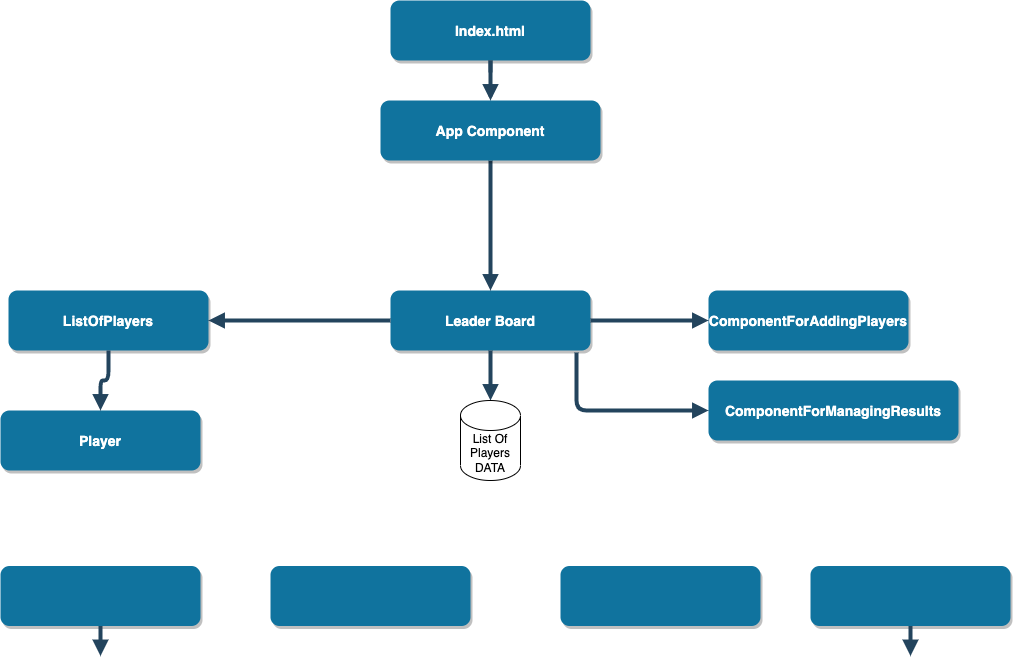
Earlier version of the draw.io export Players.png (irex808/vue3-test1). Source tidied: cells renumbered, new cells last; positions are measured from the earlier drawing's top-left corner, leaving out a move shared by most shapes.
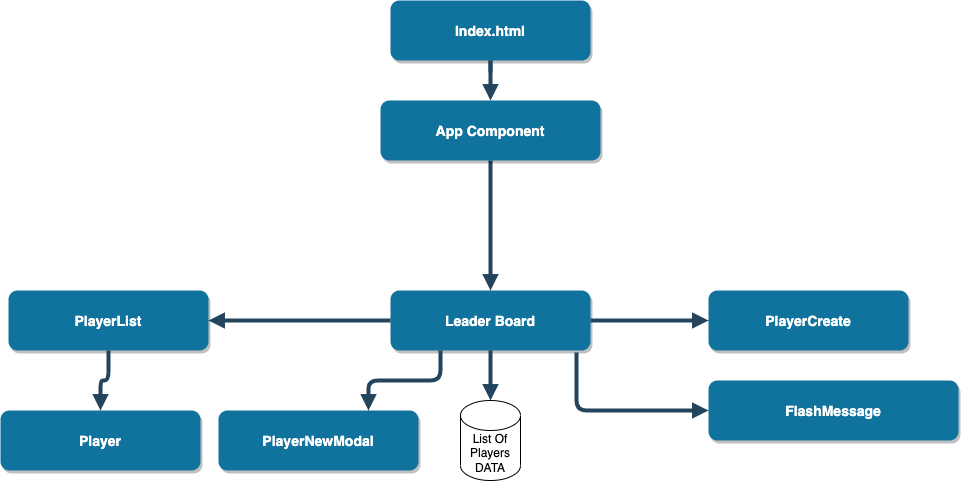
The same file after the commit.

Change to the diagram source:
```diff
@@ -5,7 +5,7 @@
     <mxCell id="2" value="Index.html" style="rounded=1;fillColor=#10739E;strokeColor=none;shadow=1;gradientColor=none;fontStyle=1;fontColor=#FFFFFF;fontSize=14;" parent="1" vertex="1">
       <mxGeometry x="390" width="200" height="60" as="geometry" />
     </mxCell>
-    <mxCell id="3" value="ListOfPlayers" style="rounded=1;fillColor=#10739E;strokeColor=none;shadow=1;gradientColor=none;fontStyle=1;fontColor=#FFFFFF;fontSize=14;" parent="1" vertex="1">
+    <mxCell id="3" value="PlayerList" style="rounded=1;fillColor=#10739E;strokeColor=none;shadow=1;gradientColor=none;fontStyle=1;fontColor=#FFFFFF;fontSize=14;" parent="1" vertex="1">
       <mxGeometry x="8" y="290" width="200" height="60" as="geometry" />
     </mxCell>
     <mxCell id="4" value="Leader Board" style="rounded=1;fillColor=#10739E;strokeColor=none;shadow=1;gradientColor=none;fontStyle=1;fontColor=#FFFFFF;fontSize=14;" parent="1" vertex="1">
@@ -14,24 +14,15 @@
     <mxCell id="5" value="Player" style="rounded=1;fillColor=#10739E;strokeColor=none;shadow=1;gradientColor=none;fontStyle=1;fontColor=#FFFFFF;fontSize=14;" parent="1" vertex="1">
       <mxGeometry y="410" width="200" height="60" as="geometry" />
     </mxCell>
-    <mxCell id="6" style="rounded=1;fillColor=#10739E;strokeColor=none;shadow=1;gradientColor=none;fontStyle=1;fontColor=#FFFFFF;fontSize=14;" parent="1" vertex="1">
-      <mxGeometry y="565.5" width="200" height="60" as="geometry" />
-    </mxCell>
-    <mxCell id="7" value="ComponentForAddingPlayers" style="rounded=1;fillColor=#10739E;strokeColor=none;shadow=1;gradientColor=none;fontStyle=1;fontColor=#FFFFFF;fontSize=14;" parent="1" vertex="1">
+    <mxCell id="7" value="PlayerCreate" style="rounded=1;fillColor=#10739E;strokeColor=none;shadow=1;gradientColor=none;fontStyle=1;fontColor=#FFFFFF;fontSize=14;" parent="1" vertex="1">
       <mxGeometry x="708" y="290" width="200" height="60" as="geometry" />
     </mxCell>
-    <mxCell id="8" style="rounded=1;fillColor=#10739E;strokeColor=none;shadow=1;gradientColor=none;fontStyle=1;fontColor=#FFFFFF;fontSize=14;" parent="1" vertex="1">
-      <mxGeometry x="270" y="565.5" width="200" height="60" as="geometry" />
+    <mxCell id="8" value="PlayerNewModal" style="rounded=1;fillColor=#10739E;strokeColor=none;shadow=1;gradientColor=none;fontStyle=1;fontColor=#FFFFFF;fontSize=14;" parent="1" vertex="1">
+      <mxGeometry x="218" y="410" width="200" height="60" as="geometry" />
     </mxCell>
-    <mxCell id="9" value="ComponentForManagingResults" style="rounded=1;fillColor=#10739E;strokeColor=none;shadow=1;gradientColor=none;fontStyle=1;fontColor=#FFFFFF;fontSize=14;" parent="1" vertex="1">
+    <mxCell id="9" value="FlashMessage" style="rounded=1;fillColor=#10739E;strokeColor=none;shadow=1;gradientColor=none;fontStyle=1;fontColor=#FFFFFF;fontSize=14;" parent="1" vertex="1">
       <mxGeometry x="708" y="380" width="250" height="60" as="geometry" />
     </mxCell>
-    <mxCell id="10" style="rounded=1;fillColor=#10739E;strokeColor=none;shadow=1;gradientColor=none;fontStyle=1;fontColor=#FFFFFF;fontSize=14;" parent="1" vertex="1">
-      <mxGeometry x="560" y="565.5" width="200" height="60" as="geometry" />
-    </mxCell>
-    <mxCell id="11" style="rounded=1;fillColor=#10739E;strokeColor=none;shadow=1;gradientColor=none;fontStyle=1;fontColor=#FFFFFF;fontSize=14;" parent="1" vertex="1">
-      <mxGeometry x="810" y="565.5" width="200" height="60" as="geometry" />
-    </mxCell>
     <mxCell id="12" style="edgeStyle=elbowEdgeStyle;elbow=vertical;strokeWidth=4;endArrow=block;endFill=1;fontStyle=1;strokeColor=#23445D;" parent="1" edge="1" source="2" target="22">
       <mxGeometry x="22" y="165.5" as="geometry" />
     </mxCell>
@@ -45,9 +36,12 @@
     <mxCell id="14" style="edgeStyle=elbowEdgeStyle;elbow=vertical;strokeWidth=4;endArrow=block;endFill=1;fontStyle=1;strokeColor=#23445D;exitX=0.5;exitY=1;exitDx=0;exitDy=0;entryX=0.5;entryY=0;entryDx=0;entryDy=0;" parent="1" edge="1" source="3" target="5">
       <mxGeometry x="62" y="165.5" as="geometry" />
     </mxCell>
-    <mxCell id="15" style="edgeStyle=elbowEdgeStyle;elbow=vertical;strokeWidth=4;endArrow=block;endFill=1;fontStyle=1;strokeColor=#23445D;" parent="1" edge="1" source="6">
+    <mxCell id="15" style="edgeStyle=elbowEdgeStyle;elbow=vertical;strokeWidth=4;endArrow=block;endFill=1;fontStyle=1;strokeColor=#23445D;exitX=0.25;exitY=1;exitDx=0;exitDy=0;entryX=0.75;entryY=0;entryDx=0;entryDy=0;" parent="1" edge="1" source="4" target="8">
       <mxGeometry x="62" y="175.5" as="geometry">
-        <mxPoint x="100" y="655.5" as="targetPoint" />
+        <Array as="points">
+          <mxPoint x="368" y="380" />
+          <mxPoint x="328" y="650" />
+        </Array>
       </mxGeometry>
     </mxCell>
     <mxCell id="16" style="edgeStyle=elbowEdgeStyle;elbow=vertical;strokeWidth=4;endArrow=block;endFill=1;fontStyle=1;strokeColor=#23445D;exitX=0.5;exitY=1;exitDx=0;exitDy=0;entryX=0.5;entryY=0;entryDx=0;entryDy=0;entryPerimeter=0;" parent="1" edge="1" source="4" target="23">
@@ -63,11 +57,6 @@
         </Array>
       </mxGeometry>
     </mxCell>
-    <mxCell id="19" style="edgeStyle=elbowEdgeStyle;elbow=vertical;strokeWidth=4;endArrow=block;endFill=1;fontStyle=1;strokeColor=#23445D;" parent="1" edge="1" source="11">
-      <mxGeometry x="72" y="175.5" as="geometry">
-        <mxPoint x="910" y="655.5" as="targetPoint" />
-      </mxGeometry>
-    </mxCell>
     <mxCell id="20" style="edgeStyle=elbowEdgeStyle;elbow=vertical;strokeWidth=4;endArrow=block;endFill=1;fontStyle=1;strokeColor=#23445D;entryX=0.5;entryY=0;entryDx=0;entryDy=0;exitX=0.5;exitY=1;exitDx=0;exitDy=0;" parent="1" edge="1" source="22" target="4">
       <mxGeometry x="22" y="165.5" as="geometry">
         <Array as="points">
```
